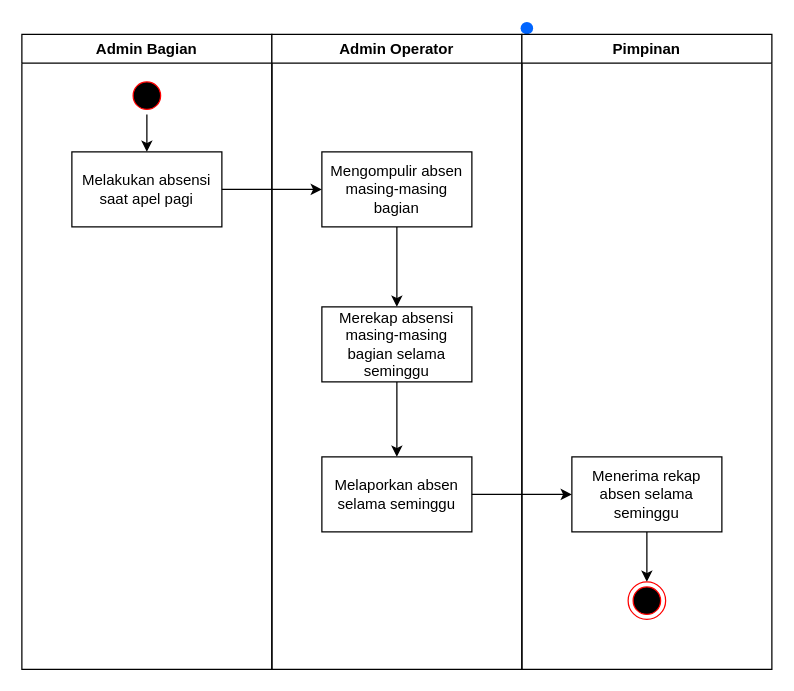
The draw.io diagram page "Absensi berjalan" (1 of 4) of Untitled Diagram.drawio in dzikfr/aplikasi-absensi-baharkam-2024, before the edit. Source tidied: cells renumbered, new cells numbered last; positions are measured from the earlier drawing's top-left corner, leaving out a move shared by most shapes. Both pictures are drawn from the tidied source at 125%, with x=0, y=0 at pixel (21, 21).
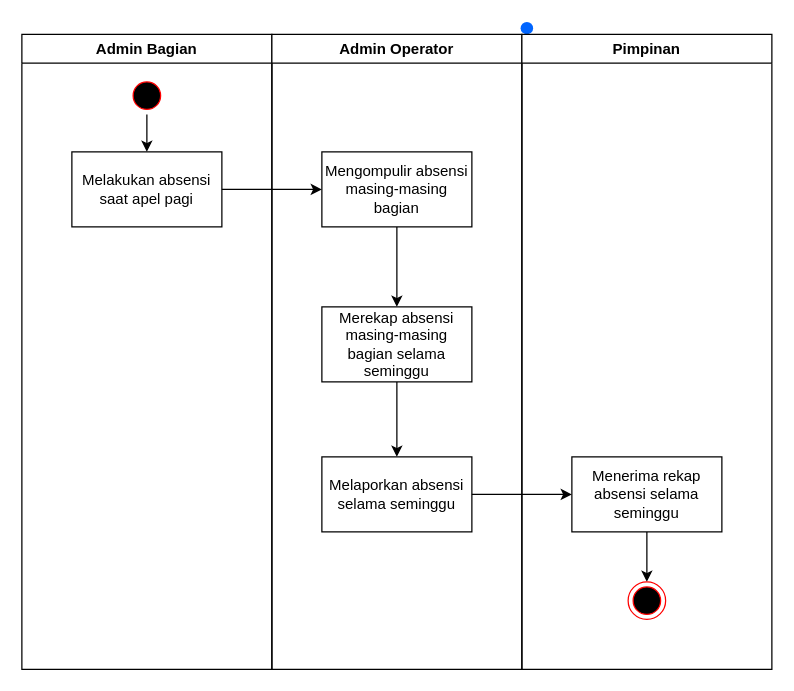
The same diagram, later.

Unchanged cells that the change refers to:
```xml
<mxCell id="8" value="Admin Operator" style="swimlane;whiteSpace=wrap;html=1;startSize=23;" parent="1" vertex="1">
  <mxGeometry x="200" y="10" width="200" height="508" as="geometry" />
</mxCell>
<mxCell id="14" value="Pimpinan" style="swimlane;whiteSpace=wrap;html=1;startSize=23;" parent="1" vertex="1">
  <mxGeometry x="400" y="10" width="200" height="508" as="geometry" />
</mxCell>
```

The edit, as a diff of the source:
```diff
@@
-    <mxCell id="10" value="Mengompulir absen masing-masing bagian" style="rounded=0;whiteSpace=wrap;html=1;" parent="8" vertex="1">
+    <mxCell id="10" value="Mengompulir absensi masing-masing bagian" style="rounded=0;whiteSpace=wrap;html=1;" parent="8" vertex="1">
       <mxGeometry x="40" y="94" width="120" height="60" as="geometry" />
     </mxCell>
@@
-    <mxCell id="13" value="Melaporkan absen selama seminggu" style="rounded=0;whiteSpace=wrap;html=1;" parent="8" vertex="1">
+    <mxCell id="13" value="Melaporkan absensi selama seminggu" style="rounded=0;whiteSpace=wrap;html=1;" parent="8" vertex="1">
       <mxGeometry x="40" y="338" width="120" height="60" as="geometry" />
     </mxCell>
@@
-    <mxCell id="16" value="Menerima rekap absen selama seminggu" style="rounded=0;whiteSpace=wrap;html=1;" parent="14" vertex="1">
+    <mxCell id="16" value="Menerima rekap absensi selama seminggu" style="rounded=0;whiteSpace=wrap;html=1;" parent="14" vertex="1">
       <mxGeometry x="40" y="338" width="120" height="60" as="geometry" />
     </mxCell>
```
